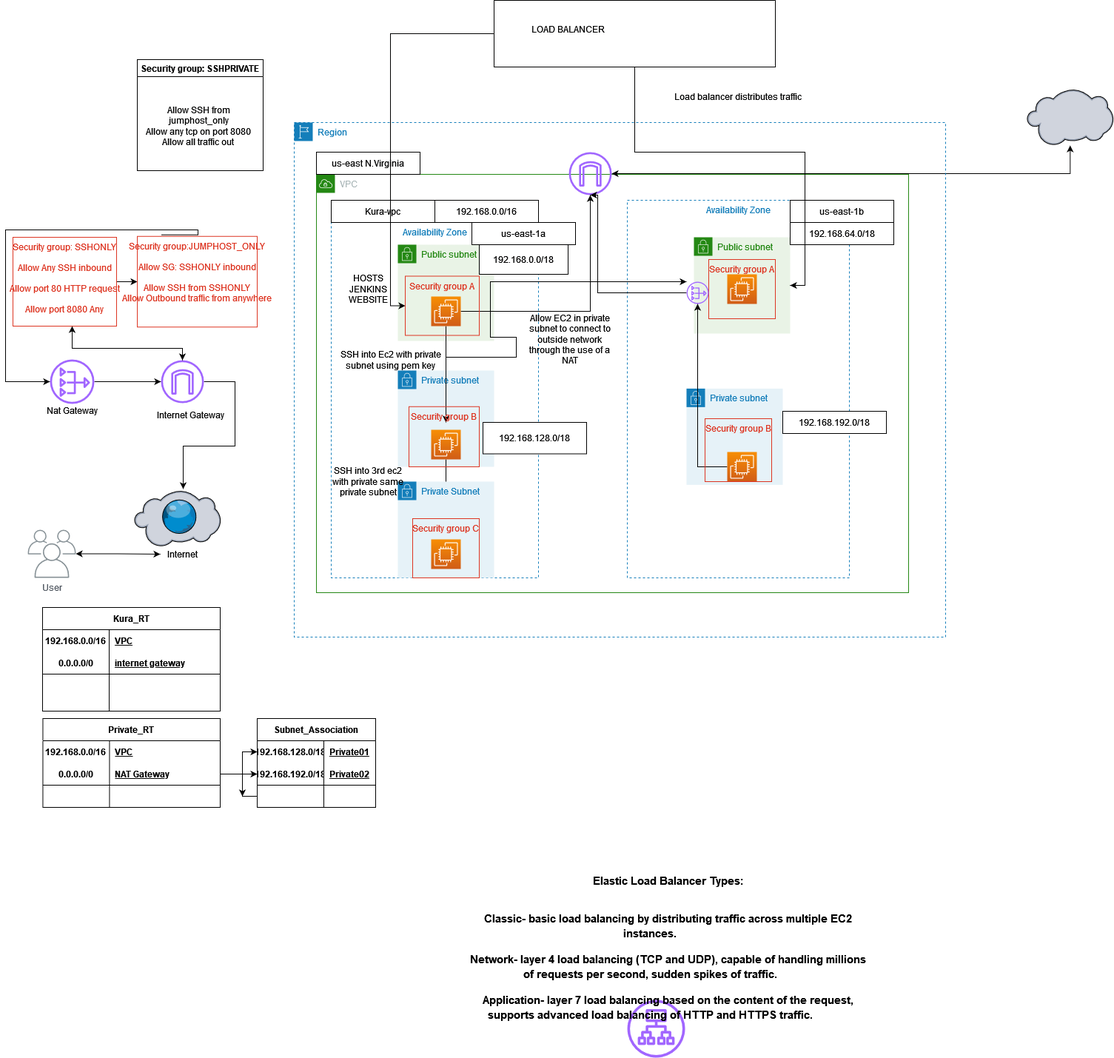
kura-labs-org/DEPLOY5_AWS keeps this draw.io diagram as DiagramNetwork.drawio.png. Above is the earlier version. Source tidied: cells renumbered, new cells last; positions are measured from the earlier drawing's top-left corner, leaving out a move shared by most shapes.
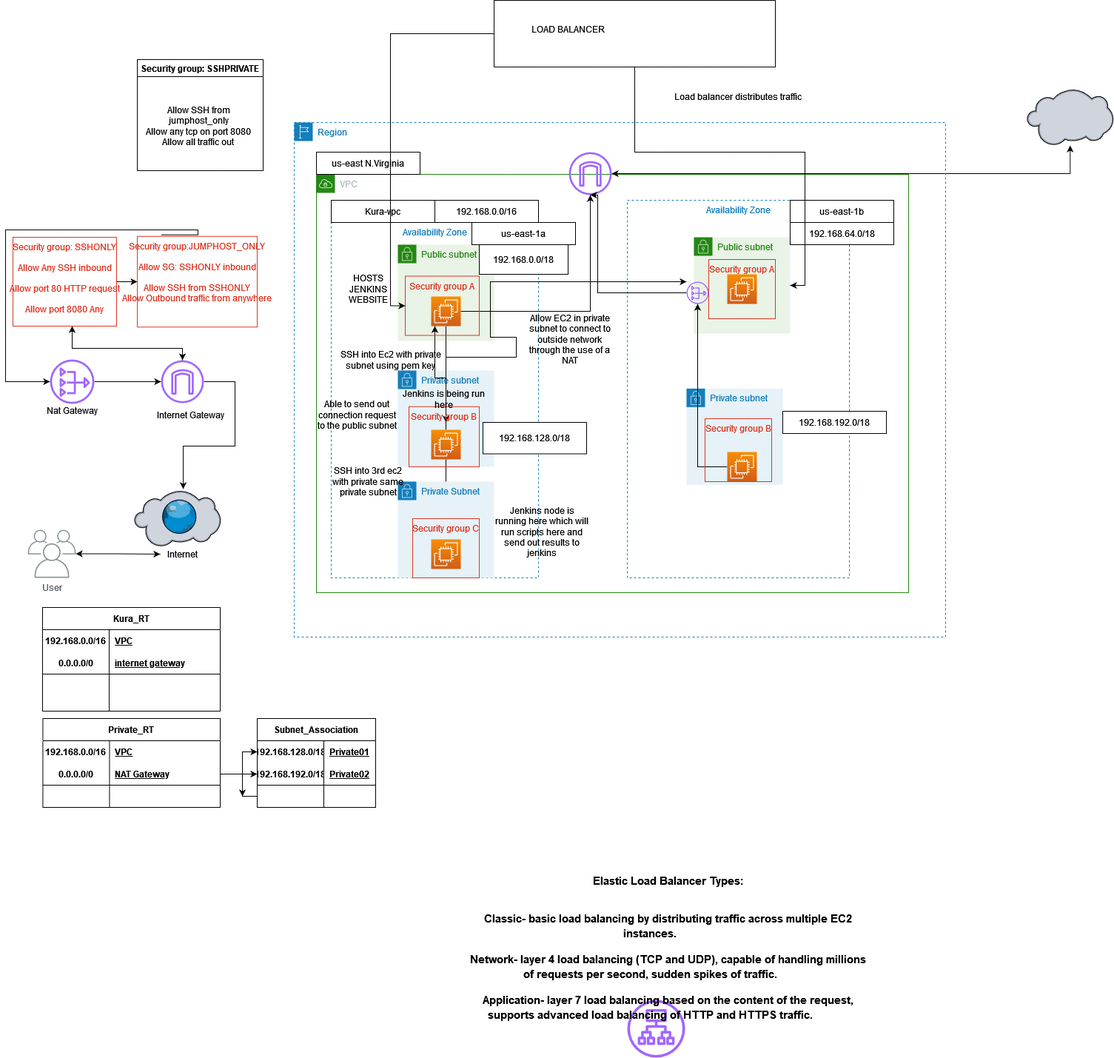
After the commit.

The edit, as a diff of the source:
```diff
@@ -95,6 +95,11 @@
         <mxPoint x="595" y="730" as="targetPoint" />
       </mxGeometry>
     </mxCell>
+    <mxCell id="106" style="edgeStyle=orthogonalEdgeStyle;rounded=0;jettySize=auto;html=1;" parent="1" edge="1" source="28">
+      <mxGeometry relative="1" as="geometry">
+        <mxPoint x="580" y="440" as="targetPoint" />
+      </mxGeometry>
+    </mxCell>
     <mxCell id="28" style="points=[[0,0,0],[0.25,0,0],[0.5,0,0],[0.75,0,0],[1,0,0],[0,1,0],[0.25,1,0],[0.5,1,0],[0.75,1,0],[1,1,0],[0,0.25,0],[0,0.5,0],[0,0.75,0],[1,0.25,0],[1,0.5,0],[1,0.75,0]];outlineConnect=0;fontColor=#232F3E;gradientColor=#F78E04;gradientDirection=north;fillColor=#D05C17;strokeColor=#ffffff;dashed=0;verticalLabelPosition=bottom;verticalAlign=top;align=center;html=1;fontSize=12;fontStyle=0;shape=mxgraph.aws4.resourceIcon;resIcon=mxgraph.aws4.ec2;" parent="1" vertex="1">
       <mxGeometry x="575" y="580" width="40" height="40" as="geometry" />
     </mxCell>
@@ -360,5 +365,14 @@
     <mxCell id="105" value="&lt;div&gt;Allow SSH from jumphost_only&lt;/div&gt;&lt;div&gt;Allow any tcp on port 8080&lt;/div&gt;&lt;div&gt;Allow all traffic out&lt;br&gt;&lt;/div&gt;" style="text;html=1;strokeColor=none;fillColor=none;align=center;verticalAlign=middle;whiteSpace=wrap;rounded=0;" parent="104" vertex="1">
       <mxGeometry y="30" width="166" height="120" as="geometry" />
     </mxCell>
+    <mxCell id="107" value="Jenkins is being run here" style="text;html=1;strokeColor=none;fillColor=none;align=center;verticalAlign=middle;whiteSpace=wrap;rounded=0;" parent="1" vertex="1">
+      <mxGeometry x="530" y="528.8" width="125" height="20" as="geometry" />
+    </mxCell>
+    <mxCell id="108" value="Able to send out connection request to the public subnet" style="text;html=1;strokeColor=none;fillColor=none;align=center;verticalAlign=middle;whiteSpace=wrap;rounded=0;" parent="1" vertex="1">
+      <mxGeometry x="420" y="550" width="110" height="20" as="geometry" />
+    </mxCell>
+    <mxCell id="109" value="Jenkins node is running here which will run scripts here and send out results to jenkins" style="text;html=1;strokeColor=none;fillColor=none;align=center;verticalAlign=middle;whiteSpace=wrap;rounded=0;" parent="1" vertex="1">
+      <mxGeometry x="660" y="708" width="130" height="20" as="geometry" />
+    </mxCell>
   </root>
 </mxGraphModel>
```
